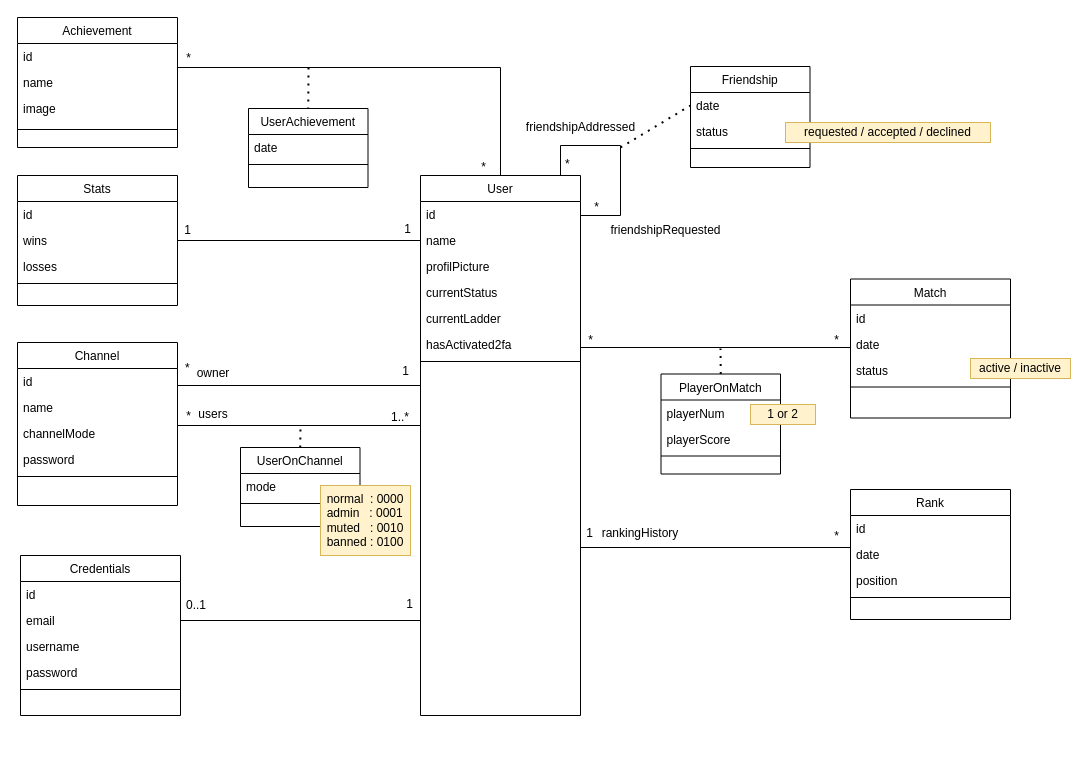
Before: doc/datamodel.drawio in transcendence-42/ft_transcendence, a draw.io diagram. Source tidied: cells renumbered, new cells numbered last; positions are measured from the earlier drawing's top-left corner, leaving out a move shared by most shapes. Both pictures are drawn from the tidied source at 100%, with x=0, y=0 at pixel (17, 17).
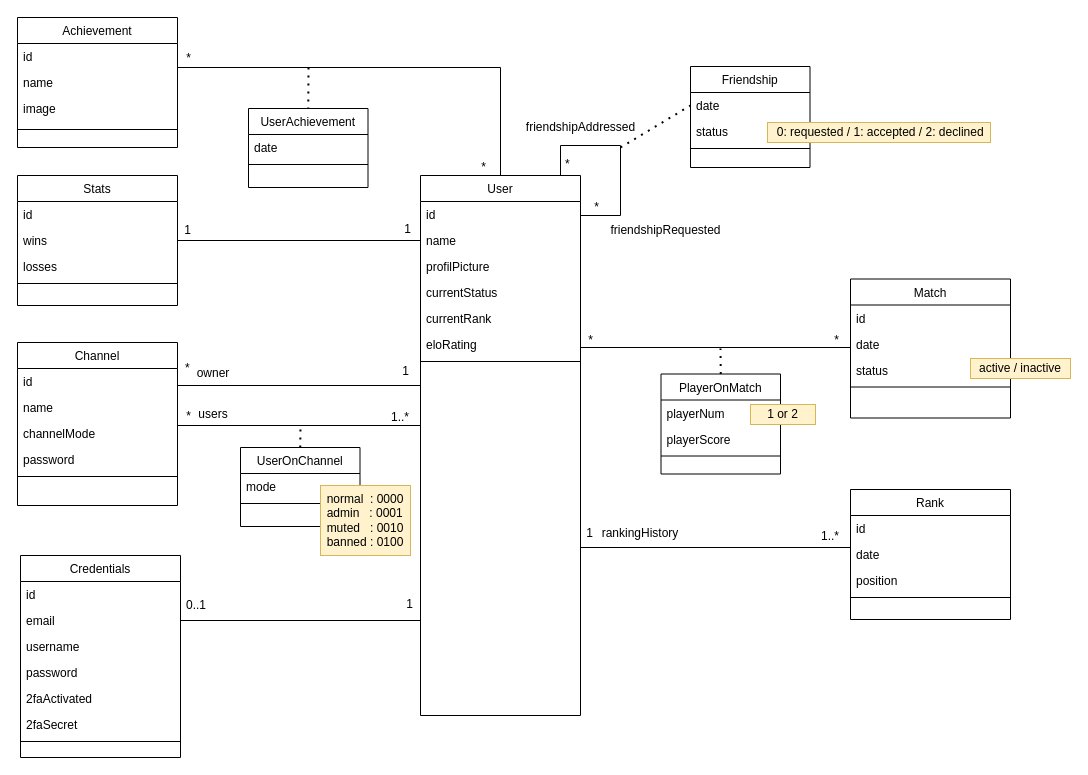
The same diagram, later.

The change refers to these unchanged cells:
```xml
<mxCell id="2" value="User" style="swimlane;fontStyle=0;align=center;verticalAlign=top;horizontal=1;startSize=26;rounded=0;shadow=0;strokeWidth=1;" parent="1" vertex="1">
  <mxGeometry x="403" y="158" width="160" height="540" as="geometry" />
</mxCell>
```

Diff of the diagram source:
```diff
@@
-    <mxCell id="7" value="currentLadder" style="text;align=left;verticalAlign=top;spacingLeft=4;spacingRight=4;overflow=hidden;rounded=0;shadow=0;html=0;" parent="2" vertex="1">
+    <mxCell id="7" value="currentRank" style="text;align=left;verticalAlign=top;spacingLeft=4;spacingRight=4;overflow=hidden;rounded=0;shadow=0;html=0;" parent="2" vertex="1">
       <mxGeometry y="130" width="160" height="26" as="geometry" />
     </mxCell>
@@
-    <mxCell id="11" value="hasActivated2fa" style="text;align=left;verticalAlign=top;spacingLeft=4;spacingRight=4;overflow=hidden;rounded=0;shadow=0;html=0;" parent="2" vertex="1">
-      <mxGeometry y="156" width="160" height="26" as="geometry" />
-    </mxCell>
+    <mxCell id="93" value="eloRating" style="text;align=left;verticalAlign=top;spacingLeft=4;spacingRight=4;overflow=hidden;rounded=0;shadow=0;html=0;" parent="2" vertex="1">
+      <mxGeometry y="156" width="160" height="26" as="geometry" />
+    </mxCell>
@@
-    <mxCell id="25" value="*" style="align=right;verticalAlign=bottom;labelBackgroundColor=none;fontSize=12;" parent="1" vertex="1">
+    <mxCell id="25" value="1..*" style="align=right;verticalAlign=bottom;labelBackgroundColor=none;fontSize=12;" parent="1" vertex="1">
       <mxGeometry x="823" y="527" as="geometry" />
     </mxCell>
@@
     <mxCell id="47" value="Credentials" style="swimlane;fontStyle=0;align=center;verticalAlign=top;horizontal=1;startSize=26;rounded=0;shadow=0;strokeWidth=1;" parent="1" vertex="1">
-      <mxGeometry x="3" y="538" width="160" height="160" as="geometry" />
+      <mxGeometry x="3" y="538" width="160" height="202" as="geometry" />
     </mxCell>
@@
+    <mxCell id="94" value="2faActivated" style="text;align=left;verticalAlign=top;spacingLeft=4;spacingRight=4;overflow=hidden;rounded=0;shadow=0;html=0;" parent="47" vertex="1">
+      <mxGeometry y="130" width="160" height="26" as="geometry" />
+    </mxCell>
+    <mxCell id="95" value="2faSecret" style="text;align=left;verticalAlign=top;spacingLeft=4;spacingRight=4;overflow=hidden;rounded=0;shadow=0;html=0;" parent="47" vertex="1">
+      <mxGeometry y="156" width="160" height="26" as="geometry" />
+    </mxCell>
     <mxCell id="52" style="line;html=1;strokeWidth=1;align=left;verticalAlign=middle;spacingTop=-1;spacingLeft=3;spacingRight=3;labelPosition=right;" parent="47" vertex="1">
-      <mxGeometry y="130" width="160" height="8" as="geometry" />
+      <mxGeometry y="182" width="160" height="8" as="geometry" />
     </mxCell>
@@
-    <mxCell id="92" value="&lt;div style=&quot;text-align: left;&quot;&gt;&lt;span style=&quot;background-color: initial;&quot;&gt;requested / accepted / declined&lt;/span&gt;&lt;/div&gt;" style="text;html=1;strokeColor=#d6b656;fillColor=#fff2cc;align=center;verticalAlign=middle;whiteSpace=wrap;rounded=0;" parent="1" vertex="1">
-      <mxGeometry x="768" y="105" width="205" height="20" as="geometry" />
+    <mxCell id="92" value="&lt;div style=&quot;text-align: left;&quot;&gt;&lt;span style=&quot;background-color: initial;&quot;&gt;&amp;nbsp;0: requested / 1: accepted / 2: declined&lt;/span&gt;&lt;/div&gt;" style="text;html=1;strokeColor=#d6b656;fillColor=#fff2cc;align=center;verticalAlign=middle;whiteSpace=wrap;rounded=0;" parent="1" vertex="1">
+      <mxGeometry x="750" y="105" width="223" height="20" as="geometry" />
     </mxCell>
```
